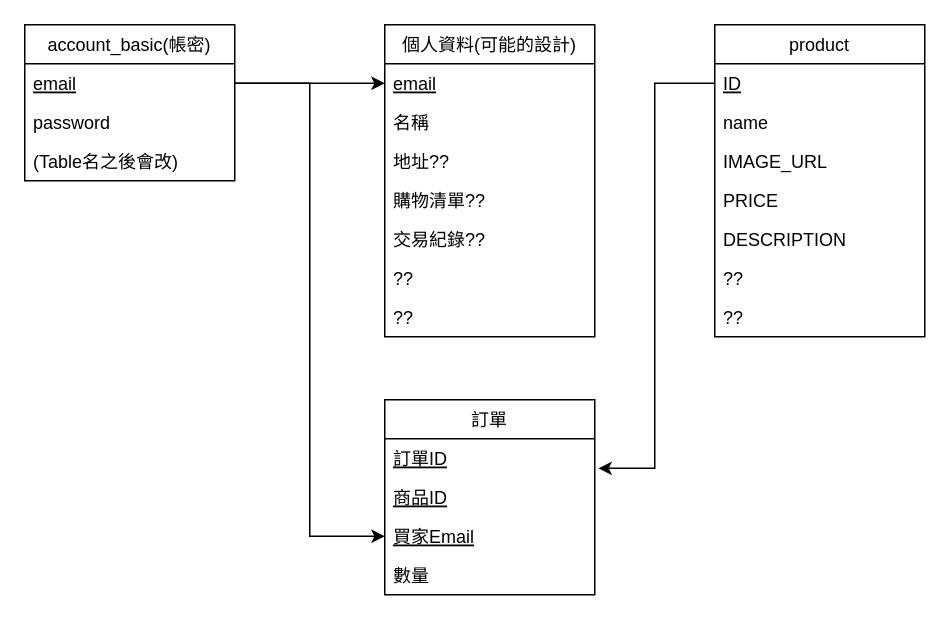
This is DB.drawio from peter1421/SWE_Test, a draw.io file, before an edit. Source tidied: cells renumbered, new cells numbered last; positions are measured from the earlier drawing's top-left corner, leaving out a move shared by most shapes. Both pictures are drawn from the tidied source at 150%, with x=0, y=0 at pixel (24, 24).
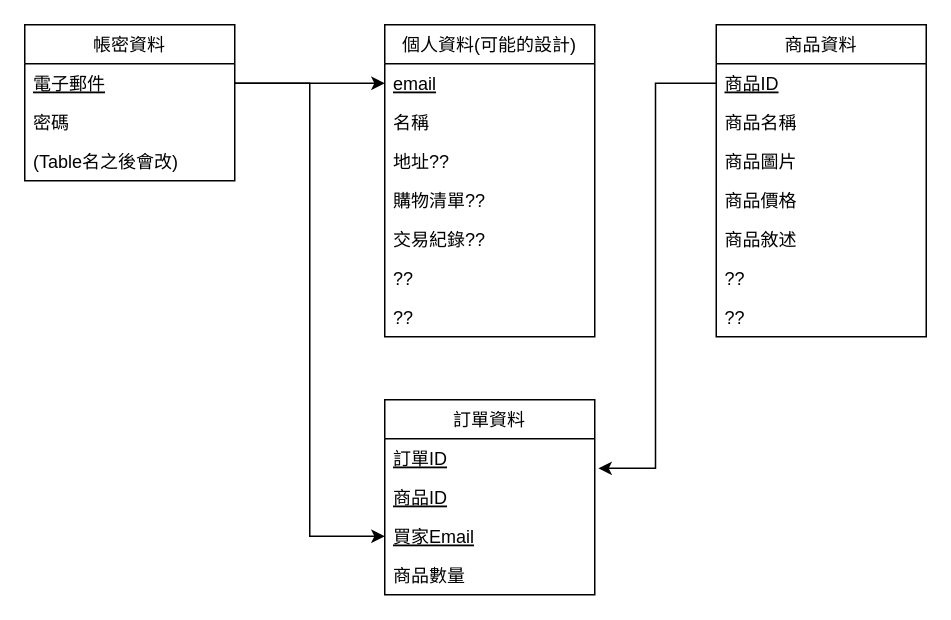
The same page after the edit.

Change to the diagram source:
```diff
@@
-    <mxCell id="2" value="account_basic(帳密)" style="swimlane;fontStyle=0;horizontal=1;startSize=26;fillColor=none;" parent="1" vertex="1">
+    <mxCell id="2" value="帳密資料" style="swimlane;fontStyle=0;horizontal=1;startSize=26;fillColor=none;" parent="1" vertex="1">
       <mxGeometry width="140" height="104" as="geometry" />
     </mxCell>
-    <mxCell id="3" value="email" style="text;strokeColor=none;fillColor=none;align=left;verticalAlign=top;spacingLeft=4;spacingRight=4;overflow=hidden;points=[[0,0.5],[1,0.5]];portConstraint=eastwest;fontStyle=4;" parent="2" vertex="1">
+    <mxCell id="3" value="電子郵件" style="text;strokeColor=none;fillColor=none;align=left;verticalAlign=top;spacingLeft=4;spacingRight=4;overflow=hidden;points=[[0,0.5],[1,0.5]];portConstraint=eastwest;fontStyle=4;" parent="2" vertex="1">
       <mxGeometry y="26" width="140" height="26" as="geometry" />
     </mxCell>
-    <mxCell id="4" value="password" style="text;strokeColor=none;fillColor=none;align=left;verticalAlign=top;spacingLeft=4;spacingRight=4;overflow=hidden;" parent="2" vertex="1">
+    <mxCell id="4" value="密碼" style="text;strokeColor=none;fillColor=none;align=left;verticalAlign=top;spacingLeft=4;spacingRight=4;overflow=hidden;" parent="2" vertex="1">
       <mxGeometry y="52" width="140" height="26" as="geometry" />
     </mxCell>
@@
-    <mxCell id="15" value="product" style="swimlane;fontStyle=0;horizontal=1;startSize=26;fillColor=none;" parent="1" vertex="1">
-      <mxGeometry x="460" width="140" height="208" as="geometry" />
+    <mxCell id="15" value="商品資料" style="swimlane;fontStyle=0;horizontal=1;startSize=26;fillColor=none;" parent="1" vertex="1">
+      <mxGeometry x="461" width="140" height="208" as="geometry" />
     </mxCell>
-    <mxCell id="16" value="ID" style="text;strokeColor=none;fillColor=none;align=left;verticalAlign=top;spacingLeft=4;spacingRight=4;overflow=hidden;points=[[0,0.5],[1,0.5]];portConstraint=eastwest;fontStyle=4;" parent="15" vertex="1">
+    <mxCell id="16" value="商品ID" style="text;strokeColor=none;fillColor=none;align=left;verticalAlign=top;spacingLeft=4;spacingRight=4;overflow=hidden;points=[[0,0.5],[1,0.5]];portConstraint=eastwest;fontStyle=4;" parent="15" vertex="1">
       <mxGeometry y="26" width="140" height="26" as="geometry" />
     </mxCell>
-    <mxCell id="17" value="name" style="text;strokeColor=none;fillColor=none;align=left;verticalAlign=top;spacingLeft=4;spacingRight=4;overflow=hidden;" parent="15" vertex="1">
+    <mxCell id="17" value="商品名稱" style="text;strokeColor=none;fillColor=none;align=left;verticalAlign=top;spacingLeft=4;spacingRight=4;overflow=hidden;" parent="15" vertex="1">
       <mxGeometry y="52" width="140" height="26" as="geometry" />
     </mxCell>
-    <mxCell id="18" value="IMAGE_URL" style="text;strokeColor=none;fillColor=none;align=left;verticalAlign=top;spacingLeft=4;spacingRight=4;overflow=hidden;" parent="15" vertex="1">
+    <mxCell id="18" value="商品圖片" style="text;strokeColor=none;fillColor=none;align=left;verticalAlign=top;spacingLeft=4;spacingRight=4;overflow=hidden;" parent="15" vertex="1">
       <mxGeometry y="78" width="140" height="26" as="geometry" />
     </mxCell>
-    <mxCell id="19" value="PRICE" style="text;strokeColor=none;fillColor=none;align=left;verticalAlign=top;spacingLeft=4;spacingRight=4;overflow=hidden;" parent="15" vertex="1">
+    <mxCell id="19" value="商品價格" style="text;strokeColor=none;fillColor=none;align=left;verticalAlign=top;spacingLeft=4;spacingRight=4;overflow=hidden;" parent="15" vertex="1">
       <mxGeometry y="104" width="140" height="26" as="geometry" />
     </mxCell>
-    <mxCell id="20" value="DESCRIPTION" style="text;strokeColor=none;fillColor=none;align=left;verticalAlign=top;spacingLeft=4;spacingRight=4;overflow=hidden;" parent="15" vertex="1">
+    <mxCell id="20" value="商品敘述" style="text;strokeColor=none;fillColor=none;align=left;verticalAlign=top;spacingLeft=4;spacingRight=4;overflow=hidden;" parent="15" vertex="1">
       <mxGeometry y="130" width="140" height="26" as="geometry" />
     </mxCell>
@@
-    <mxCell id="23" value="訂單" style="swimlane;fontStyle=0;horizontal=1;startSize=26;fillColor=none;" parent="1" vertex="1">
+    <mxCell id="23" value="訂單資料" style="swimlane;fontStyle=0;horizontal=1;startSize=26;fillColor=none;" parent="1" vertex="1">
       <mxGeometry x="240" y="250" width="140" height="130" as="geometry" />
     </mxCell>
@@
-    <mxCell id="27" value="數量" style="text;strokeColor=none;fillColor=none;align=left;verticalAlign=top;spacingLeft=4;spacingRight=4;overflow=hidden;" parent="23" vertex="1">
+    <mxCell id="27" value="商品數量" style="text;strokeColor=none;fillColor=none;align=left;verticalAlign=top;spacingLeft=4;spacingRight=4;overflow=hidden;" parent="23" vertex="1">
       <mxGeometry y="104" width="140" height="26" as="geometry" />
     </mxCell>
```
